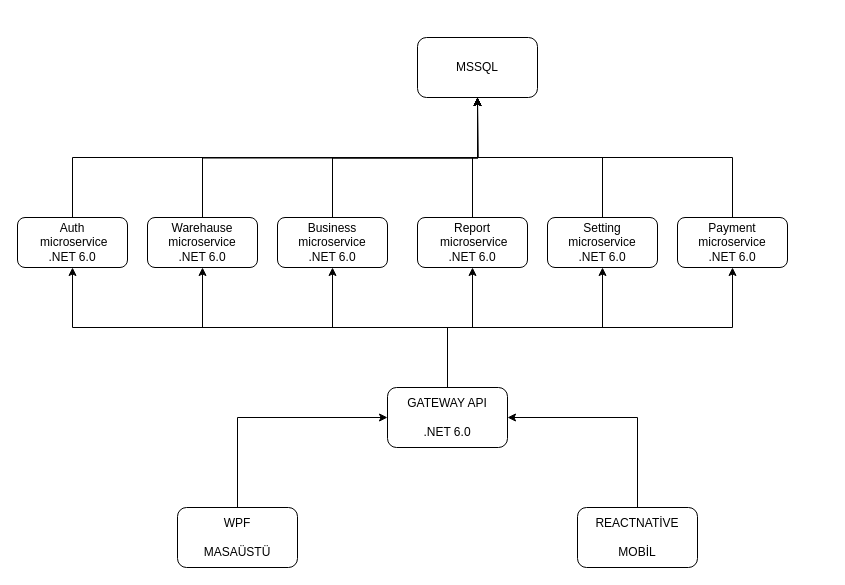
The draw.io diagram page "Adisyon Services" (2 of 4) of adisyon.drawio in devmehmetyildiz/Adisyon, before the edit. Source tidied: cells renumbered, new cells numbered last; positions are measured from the earlier drawing's top-left corner, leaving out a move shared by most shapes. Both pictures are drawn from the tidied source at 100%, with x=0, y=0 at pixel (17, 37).
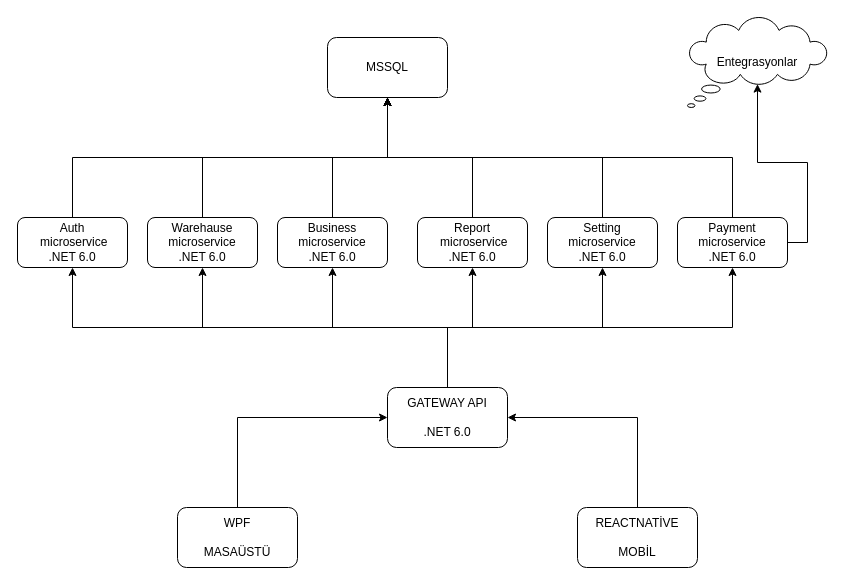
The same diagram, later.

The change refers to these unchanged cells:
```xml
<mxCell id="14" value="Warehause microservice&lt;br&gt;.NET 6.0" style="rounded=1;whiteSpace=wrap;html=1;" parent="1" vertex="1">
  <mxGeometry x="130" y="180" width="110" height="50" as="geometry" />
</mxCell>
<mxCell id="16" value="Business microservice&lt;br&gt;.NET 6.0" style="rounded=1;whiteSpace=wrap;html=1;" parent="1" vertex="1">
  <mxGeometry x="260" y="180" width="110" height="50" as="geometry" />
</mxCell>
<mxCell id="22" value="Payment microservice&lt;br&gt;.NET 6.0" style="rounded=1;whiteSpace=wrap;html=1;" parent="1" vertex="1">
  <mxGeometry x="660" y="180" width="110" height="50" as="geometry" />
</mxCell>
<mxCell id="25" value="Auth&lt;br&gt;&amp;nbsp;microservice&lt;br&gt;.NET 6.0" style="rounded=1;whiteSpace=wrap;html=1;" parent="1" vertex="1">
  <mxGeometry y="180" width="110" height="50" as="geometry" />
</mxCell>
```

Diff of the diagram source:
```diff
@@
-    <mxCell id="13" style="edgeStyle=orthogonalEdgeStyle;rounded=0;jettySize=auto;html=1;exitX=0.5;exitY=0;exitDx=0;exitDy=0;" parent="1" edge="1" source="14">
-      <mxGeometry relative="1" as="geometry">
-        <mxPoint x="460" y="60" as="targetPoint" />
-      </mxGeometry>
-    </mxCell>
+    <mxCell id="26" style="edgeStyle=orthogonalEdgeStyle;rounded=0;jettySize=auto;html=1;exitX=0.5;exitY=0;exitDx=0;exitDy=0;entryX=0.5;entryY=1;entryDx=0;entryDy=0;" parent="1" edge="1" source="14" target="23">
+      <mxGeometry relative="1" as="geometry" />
+    </mxCell>
@@
-    <mxCell id="15" style="edgeStyle=orthogonalEdgeStyle;rounded=0;jettySize=auto;html=1;exitX=0.5;exitY=0;exitDx=0;exitDy=0;" parent="1" edge="1" source="16">
-      <mxGeometry relative="1" as="geometry">
-        <mxPoint x="460" y="60" as="targetPoint" />
-      </mxGeometry>
-    </mxCell>
+    <mxCell id="27" style="edgeStyle=orthogonalEdgeStyle;rounded=0;jettySize=auto;html=1;exitX=0.5;exitY=0;exitDx=0;exitDy=0;entryX=0.5;entryY=1;entryDx=0;entryDy=0;" parent="1" edge="1" source="16" target="23">
+      <mxGeometry relative="1" as="geometry" />
+    </mxCell>
@@
+    <mxCell id="28" style="edgeStyle=orthogonalEdgeStyle;rounded=0;jettySize=auto;html=1;exitX=1;exitY=0.5;exitDx=0;exitDy=0;entryX=0.5;entryY=0.74;entryDx=0;entryDy=0;entryPerimeter=0;" parent="1" edge="1" source="22" target="29">
+      <mxGeometry relative="1" as="geometry" />
+    </mxCell>
@@
     <mxCell id="23" value="MSSQL" style="rounded=1;whiteSpace=wrap;html=1;" parent="1" vertex="1">
-      <mxGeometry x="400" width="120" height="60" as="geometry" />
+      <mxGeometry x="310" width="120" height="60" as="geometry" />
     </mxCell>
     <mxCell id="24" style="edgeStyle=orthogonalEdgeStyle;rounded=0;jettySize=auto;html=1;exitX=0.5;exitY=0;exitDx=0;exitDy=0;entryX=0.5;entryY=1;entryDx=0;entryDy=0;" parent="1" edge="1" source="25" target="23">
-      <mxGeometry relative="1" as="geometry">
-        <Array as="points">
-          <mxPoint x="55" y="120" />
-          <mxPoint x="460" y="120" />
-        </Array>
-      </mxGeometry>
+      <mxGeometry relative="1" as="geometry" />
     </mxCell>
@@
+    <mxCell id="29" value="Entegrasyonlar" style="whiteSpace=wrap;html=1;shape=mxgraph.basic.cloud_callout;" parent="1" vertex="1">
+      <mxGeometry x="670" y="-20" width="140" height="90" as="geometry" />
+    </mxCell>
```
